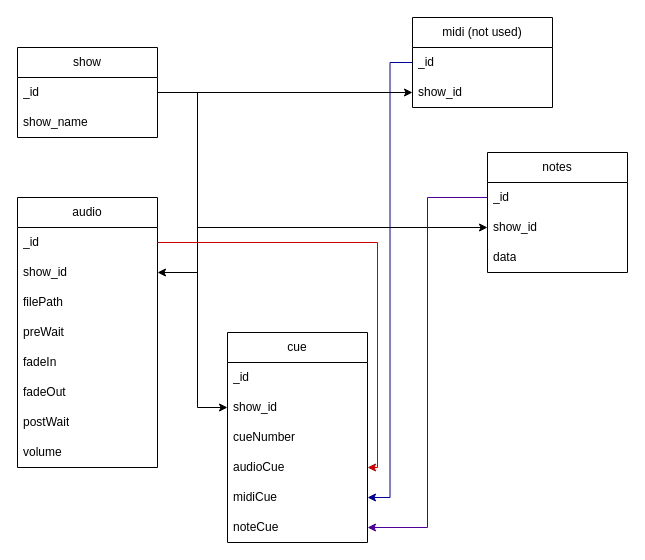
Above: page "DB-Structure" (1 of 4) of Docs/db.drawio in User5029/NEA (draw.io), before the change. Source tidied: cells renumbered, new cells numbered last; positions are measured from the earlier drawing's top-left corner, leaving out a move shared by most shapes. Both pictures are drawn from the tidied source at 100%, with x=0, y=0 at pixel (17, 17).
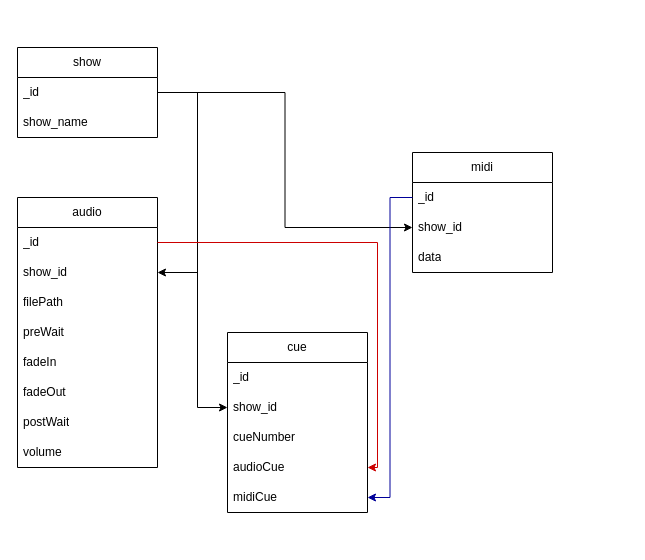
The same page after the edit.

Unchanged cells that the change refers to:
```xml
<mxCell id="3" value="_id" style="text;strokeColor=none;fillColor=none;align=left;verticalAlign=middle;spacingLeft=4;spacingRight=4;overflow=hidden;points=[[0,0.5],[1,0.5]];portConstraint=eastwest;whiteSpace=wrap;html=1;" parent="2" vertex="1">
  <mxGeometry y="30" width="140" height="30" as="geometry" />
</mxCell>
```

Change to the diagram source:
```diff
@@
-    <mxCell id="5" value="midi (not used)" style="swimlane;fontStyle=0;horizontal=1;startSize=30;whiteSpace=wrap;html=1;" parent="1" vertex="1">
-      <mxGeometry x="395" width="140" height="90" as="geometry" />
+    <mxCell id="5" value="midi" style="swimlane;fontStyle=0;horizontal=1;startSize=30;whiteSpace=wrap;html=1;" parent="1" vertex="1">
+      <mxGeometry x="395" y="135" width="140" height="120" as="geometry" />
     </mxCell>
@@
+    <mxCell id="20" value="data" style="text;strokeColor=none;fillColor=none;align=left;verticalAlign=middle;spacingLeft=4;spacingRight=4;overflow=hidden;whiteSpace=wrap;html=1;" parent="5" vertex="1">
+      <mxGeometry y="90" width="140" height="30" as="geometry" />
+    </mxCell>
@@
-    <mxCell id="17" value="notes" style="swimlane;fontStyle=0;horizontal=1;startSize=30;whiteSpace=wrap;html=1;" parent="1" vertex="1">
-      <mxGeometry x="470" y="135" width="140" height="120" as="geometry" />
-    </mxCell>
-    <mxCell id="18" value="_id" style="text;strokeColor=none;fillColor=none;align=left;verticalAlign=middle;spacingLeft=4;spacingRight=4;overflow=hidden;points=[[0,0.5],[1,0.5]];portConstraint=eastwest;whiteSpace=wrap;html=1;" parent="17" vertex="1">
-      <mxGeometry y="30" width="140" height="30" as="geometry" />
-    </mxCell>
-    <mxCell id="19" value="show_id" style="text;strokeColor=none;fillColor=none;align=left;verticalAlign=middle;spacingLeft=4;spacingRight=4;overflow=hidden;points=[[0,0.5],[1,0.5]];portConstraint=eastwest;whiteSpace=wrap;html=1;" parent="17" vertex="1">
-      <mxGeometry y="60" width="140" height="30" as="geometry" />
-    </mxCell>
-    <mxCell id="20" value="data" style="text;strokeColor=none;fillColor=none;align=left;verticalAlign=middle;spacingLeft=4;spacingRight=4;overflow=hidden;whiteSpace=wrap;html=1;" parent="17" vertex="1">
-      <mxGeometry y="90" width="140" height="30" as="geometry" />
-    </mxCell>
     <mxCell id="21" value="cue" style="swimlane;fontStyle=0;horizontal=1;startSize=30;whiteSpace=wrap;html=1;" parent="1" vertex="1">
-      <mxGeometry x="210" y="315" width="140" height="210" as="geometry" />
+      <mxGeometry x="210" y="315" width="140" height="180" as="geometry" />
     </mxCell>
@@
-    <mxCell id="27" value="noteCue" style="text;strokeColor=none;fillColor=none;align=left;verticalAlign=middle;spacingLeft=4;spacingRight=4;overflow=hidden;points=[[0,0.5],[1,0.5]];portConstraint=eastwest;whiteSpace=wrap;html=1;" parent="21" vertex="1">
-      <mxGeometry y="180" width="140" height="30" as="geometry" />
-    </mxCell>
@@
-    <mxCell id="31" style="edgeStyle=orthogonalEdgeStyle;rounded=0;jettySize=auto;html=1;exitX=1;exitY=0.5;exitDx=0;exitDy=0;entryX=0;entryY=0.5;entryDx=0;entryDy=0;" parent="1" edge="1" source="3" target="19">
-      <mxGeometry relative="1" as="geometry">
-        <Array as="points">
-          <mxPoint x="180" y="75" />
-          <mxPoint x="180" y="210" />
-        </Array>
-      </mxGeometry>
-    </mxCell>
@@
-    <mxCell id="34" style="edgeStyle=orthogonalEdgeStyle;rounded=0;jettySize=auto;html=1;exitX=0;exitY=0.5;exitDx=0;exitDy=0;entryX=1;entryY=0.5;entryDx=0;entryDy=0;strokeColor=#4C0099;" parent="1" edge="1" source="18" target="27">
-      <mxGeometry relative="1" as="geometry" />
-    </mxCell>
```
